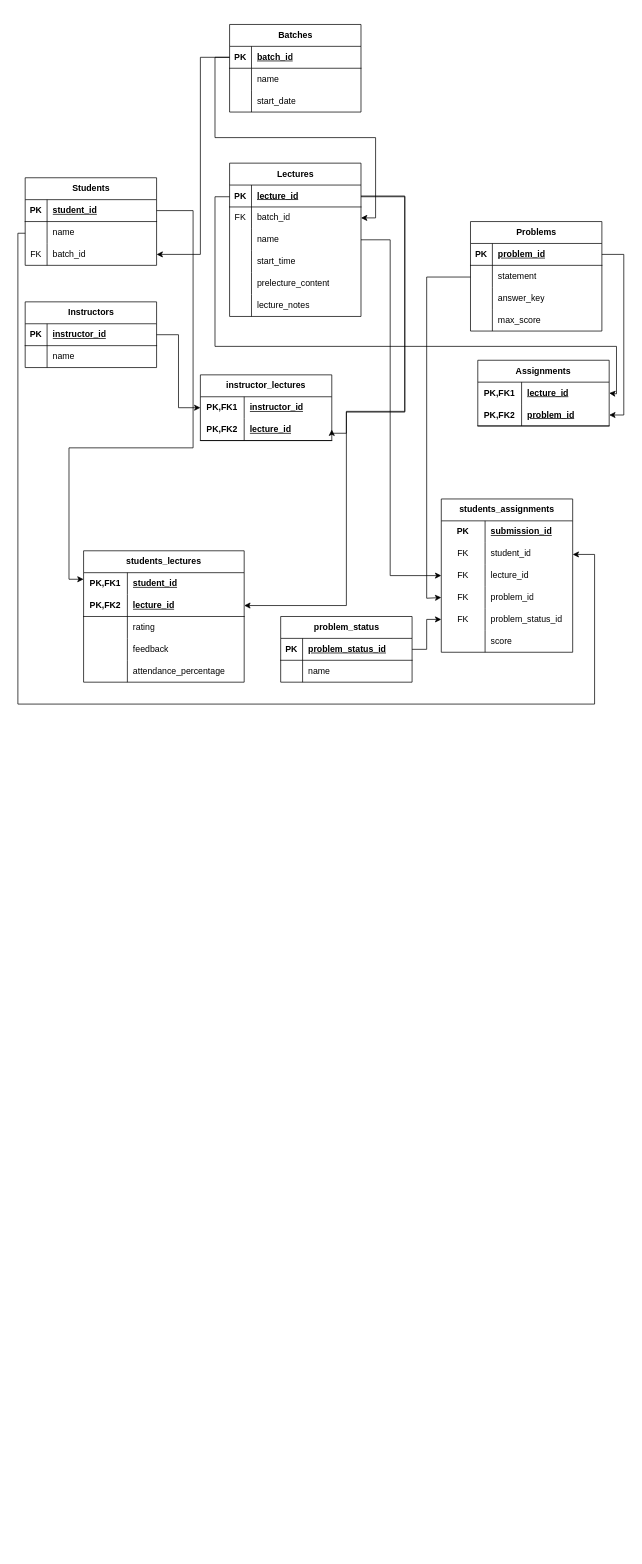
Above: Untitled Diagram.drawio in 14vimal2/edbie (draw.io), before the change. Source tidied: cells renumbered, new cells numbered last; positions are measured from the earlier drawing's top-left corner, leaving out a move shared by most shapes. Both pictures are drawn from the tidied source at 73%, with x=0, y=0 at pixel (18, 24).
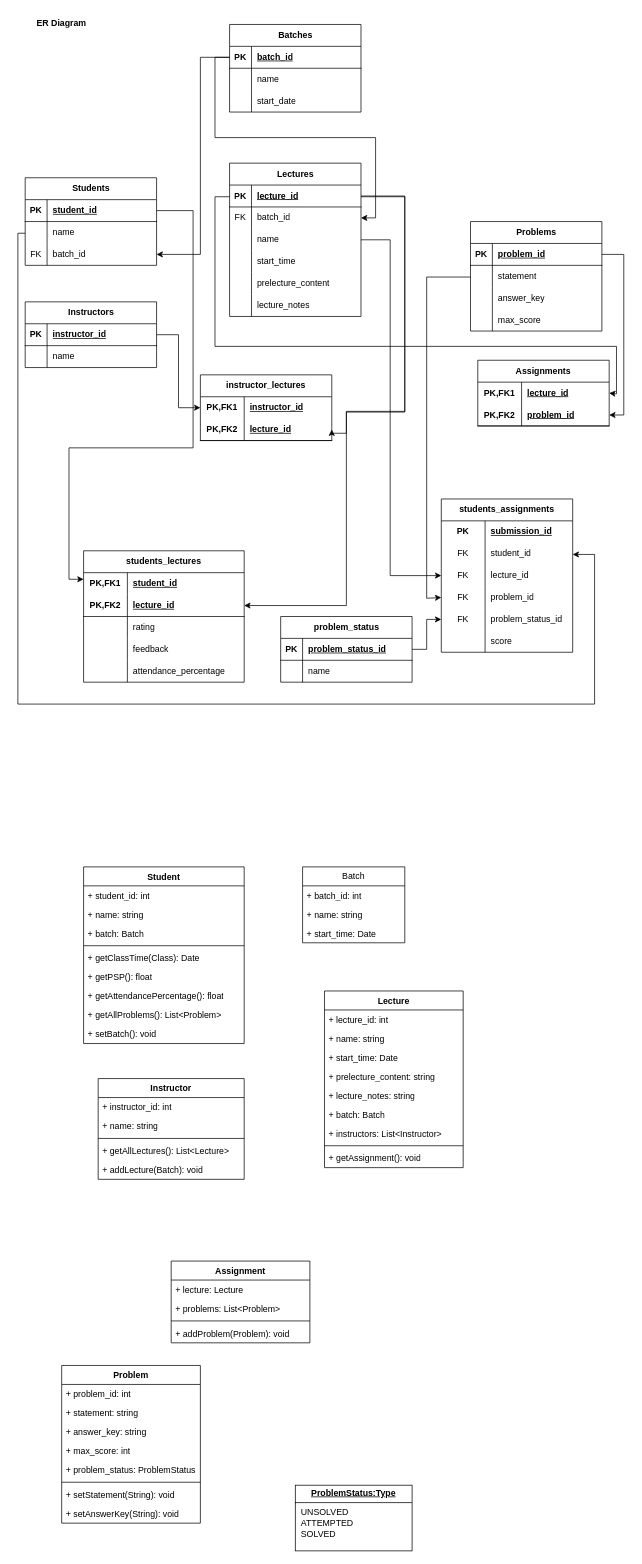
Above is the later version.

What changed in the source:
```diff
@@
+    <mxCell id="129" value="&lt;b&gt;ER Diagram&lt;/b&gt;" style="text;strokeColor=none;fillColor=none;spacingLeft=4;spacingRight=4;overflow=hidden;fontSize=12;whiteSpace=wrap;html=1;" parent="1" vertex="1">
+      <mxGeometry x="20" y="-16" width="120" height="30" as="geometry" />
+    </mxCell>
+    <mxCell id="130" value="Batch" style="swimlane;fontStyle=0;horizontal=1;startSize=26;fillColor=none;whiteSpace=wrap;html=1;" parent="1" vertex="1">
+      <mxGeometry x="390" y="1154" width="140" height="104" as="geometry" />
+    </mxCell>
+    <mxCell id="131" value="+ batch_id: int" style="text;strokeColor=none;fillColor=none;align=left;verticalAlign=top;spacingLeft=4;spacingRight=4;overflow=hidden;whiteSpace=wrap;html=1;" parent="130" vertex="1">
+      <mxGeometry y="26" width="140" height="26" as="geometry" />
+    </mxCell>
+    <mxCell id="132" value="+ name: string" style="text;strokeColor=none;fillColor=none;align=left;verticalAlign=top;spacingLeft=4;spacingRight=4;overflow=hidden;whiteSpace=wrap;html=1;" parent="130" vertex="1">
+      <mxGeometry y="52" width="140" height="26" as="geometry" />
+    </mxCell>
+    <mxCell id="133" value="+ start_time: Date" style="text;strokeColor=none;fillColor=none;align=left;verticalAlign=top;spacingLeft=4;spacingRight=4;overflow=hidden;whiteSpace=wrap;html=1;" parent="130" vertex="1">
+      <mxGeometry y="78" width="140" height="26" as="geometry" />
+    </mxCell>
+    <mxCell id="134" value="Student" style="swimlane;fontStyle=1;align=center;verticalAlign=top;horizontal=1;startSize=26;whiteSpace=wrap;html=1;" parent="1" vertex="1">
+      <mxGeometry x="90" y="1154" width="220" height="242" as="geometry" />
+    </mxCell>
+    <mxCell id="135" value="+ student_id: int" style="text;strokeColor=none;fillColor=none;align=left;verticalAlign=top;spacingLeft=4;spacingRight=4;overflow=hidden;whiteSpace=wrap;html=1;" parent="134" vertex="1">
+      <mxGeometry y="26" width="220" height="26" as="geometry" />
+    </mxCell>
+    <mxCell id="136" value="+ name: string" style="text;strokeColor=none;fillColor=none;align=left;verticalAlign=top;spacingLeft=4;spacingRight=4;overflow=hidden;whiteSpace=wrap;html=1;" parent="134" vertex="1">
+      <mxGeometry y="52" width="220" height="26" as="geometry" />
+    </mxCell>
+    <mxCell id="137" value="+ batch: Batch" style="text;strokeColor=none;fillColor=none;align=left;verticalAlign=top;spacingLeft=4;spacingRight=4;overflow=hidden;whiteSpace=wrap;html=1;" parent="134" vertex="1">
+      <mxGeometry y="78" width="220" height="26" as="geometry" />
+    </mxCell>
+    <mxCell id="138" style="line;strokeWidth=1;fillColor=none;align=left;verticalAlign=middle;spacingTop=-1;spacingLeft=3;spacingRight=3;labelPosition=right;strokeColor=inherit;" parent="134" vertex="1">
+      <mxGeometry y="104" width="220" height="8" as="geometry" />
+    </mxCell>
+    <mxCell id="139" value="+ getClassTime(Class): Date" style="text;strokeColor=none;fillColor=none;align=left;verticalAlign=top;spacingLeft=4;spacingRight=4;overflow=hidden;whiteSpace=wrap;html=1;" parent="134" vertex="1">
+      <mxGeometry y="112" width="220" height="26" as="geometry" />
+    </mxCell>
+    <mxCell id="140" value="+ getPSP(): float" style="text;strokeColor=none;fillColor=none;align=left;verticalAlign=top;spacingLeft=4;spacingRight=4;overflow=hidden;whiteSpace=wrap;html=1;" parent="134" vertex="1">
+      <mxGeometry y="138" width="220" height="26" as="geometry" />
+    </mxCell>
+    <mxCell id="141" value="+ getAttendancePercentage(): float" style="text;strokeColor=none;fillColor=none;align=left;verticalAlign=top;spacingLeft=4;spacingRight=4;overflow=hidden;whiteSpace=wrap;html=1;" parent="134" vertex="1">
+      <mxGeometry y="164" width="220" height="26" as="geometry" />
+    </mxCell>
+    <mxCell id="142" value="+ getAllProblems(): List&amp;lt;Problem&amp;gt;" style="text;strokeColor=none;fillColor=none;align=left;verticalAlign=top;spacingLeft=4;spacingRight=4;overflow=hidden;whiteSpace=wrap;html=1;" parent="134" vertex="1">
+      <mxGeometry y="190" width="220" height="26" as="geometry" />
+    </mxCell>
+    <mxCell id="143" value="+ setBatch(): void" style="text;strokeColor=none;fillColor=none;align=left;verticalAlign=top;spacingLeft=4;spacingRight=4;overflow=hidden;whiteSpace=wrap;html=1;" parent="134" vertex="1">
+      <mxGeometry y="216" width="220" height="26" as="geometry" />
+    </mxCell>
+    <mxCell id="144" value="Lecture" style="swimlane;fontStyle=1;align=center;verticalAlign=top;horizontal=1;startSize=26;whiteSpace=wrap;html=1;" parent="1" vertex="1">
+      <mxGeometry x="420" y="1324" width="190" height="242" as="geometry" />
+    </mxCell>
+    <mxCell id="145" value="+ lecture_id: int" style="text;strokeColor=none;fillColor=none;align=left;verticalAlign=top;spacingLeft=4;spacingRight=4;overflow=hidden;whiteSpace=wrap;html=1;" parent="144" vertex="1">
+      <mxGeometry y="26" width="190" height="26" as="geometry" />
+    </mxCell>
+    <mxCell id="146" value="+ name: string" style="text;strokeColor=none;fillColor=none;align=left;verticalAlign=top;spacingLeft=4;spacingRight=4;overflow=hidden;whiteSpace=wrap;html=1;" parent="144" vertex="1">
+      <mxGeometry y="52" width="190" height="26" as="geometry" />
+    </mxCell>
+    <mxCell id="147" value="+ start_time: Date" style="text;strokeColor=none;fillColor=none;align=left;verticalAlign=top;spacingLeft=4;spacingRight=4;overflow=hidden;whiteSpace=wrap;html=1;" parent="144" vertex="1">
+      <mxGeometry y="78" width="190" height="26" as="geometry" />
+    </mxCell>
+    <mxCell id="148" value="+ prelecture_content: string" style="text;strokeColor=none;fillColor=none;align=left;verticalAlign=top;spacingLeft=4;spacingRight=4;overflow=hidden;whiteSpace=wrap;html=1;" parent="144" vertex="1">
+      <mxGeometry y="104" width="190" height="26" as="geometry" />
+    </mxCell>
+    <mxCell id="149" value="+ lecture_notes: string" style="text;strokeColor=none;fillColor=none;align=left;verticalAlign=top;spacingLeft=4;spacingRight=4;overflow=hidden;whiteSpace=wrap;html=1;" parent="144" vertex="1">
+      <mxGeometry y="130" width="190" height="26" as="geometry" />
+    </mxCell>
+    <mxCell id="150" value="+ batch: Batch" style="text;strokeColor=none;fillColor=none;align=left;verticalAlign=top;spacingLeft=4;spacingRight=4;overflow=hidden;whiteSpace=wrap;html=1;" parent="144" vertex="1">
+      <mxGeometry y="156" width="190" height="26" as="geometry" />
+    </mxCell>
+    <mxCell id="151" value="+ instructors: List&amp;lt;Instructor&amp;gt;" style="text;strokeColor=none;fillColor=none;align=left;verticalAlign=top;spacingLeft=4;spacingRight=4;overflow=hidden;whiteSpace=wrap;html=1;" parent="144" vertex="1">
+      <mxGeometry y="182" width="190" height="26" as="geometry" />
+    </mxCell>
+    <mxCell id="152" style="line;strokeWidth=1;fillColor=none;align=left;verticalAlign=middle;spacingTop=-1;spacingLeft=3;spacingRight=3;labelPosition=right;strokeColor=inherit;" parent="144" vertex="1">
+      <mxGeometry y="208" width="190" height="8" as="geometry" />
+    </mxCell>
+    <mxCell id="153" value="+ getAssignment(): void" style="text;strokeColor=none;fillColor=none;align=left;verticalAlign=top;spacingLeft=4;spacingRight=4;overflow=hidden;whiteSpace=wrap;html=1;" parent="144" vertex="1">
+      <mxGeometry y="216" width="190" height="26" as="geometry" />
+    </mxCell>
+    <mxCell id="154" value="Assignment" style="swimlane;fontStyle=1;align=center;verticalAlign=top;horizontal=1;startSize=26;whiteSpace=wrap;html=1;" parent="1" vertex="1">
+      <mxGeometry x="210" y="1694" width="190" height="112" as="geometry" />
+    </mxCell>
+    <mxCell id="155" value="+ lecture: Lecture" style="text;strokeColor=none;fillColor=none;align=left;verticalAlign=top;spacingLeft=4;spacingRight=4;overflow=hidden;whiteSpace=wrap;html=1;" parent="154" vertex="1">
+      <mxGeometry y="26" width="190" height="26" as="geometry" />
+    </mxCell>
+    <mxCell id="156" value="+ problems: List&amp;lt;Problem&amp;gt;" style="text;strokeColor=none;fillColor=none;align=left;verticalAlign=top;spacingLeft=4;spacingRight=4;overflow=hidden;whiteSpace=wrap;html=1;" parent="154" vertex="1">
+      <mxGeometry y="52" width="190" height="26" as="geometry" />
+    </mxCell>
+    <mxCell id="157" style="line;strokeWidth=1;fillColor=none;align=left;verticalAlign=middle;spacingTop=-1;spacingLeft=3;spacingRight=3;labelPosition=right;strokeColor=inherit;" parent="154" vertex="1">
+      <mxGeometry y="78" width="190" height="8" as="geometry" />
+    </mxCell>
+    <mxCell id="158" value="+ addProblem(Problem): void" style="text;strokeColor=none;fillColor=none;align=left;verticalAlign=top;spacingLeft=4;spacingRight=4;overflow=hidden;whiteSpace=wrap;html=1;" parent="154" vertex="1">
+      <mxGeometry y="86" width="190" height="26" as="geometry" />
+    </mxCell>
+    <mxCell id="159" value="Instructor" style="swimlane;fontStyle=1;align=center;verticalAlign=top;horizontal=1;startSize=26;whiteSpace=wrap;html=1;" parent="1" vertex="1">
+      <mxGeometry x="110" y="1444" width="200" height="138" as="geometry" />
+    </mxCell>
+    <mxCell id="160" value="+ instructor_id: int" style="text;strokeColor=none;fillColor=none;align=left;verticalAlign=top;spacingLeft=4;spacingRight=4;overflow=hidden;whiteSpace=wrap;html=1;" parent="159" vertex="1">
+      <mxGeometry y="26" width="200" height="26" as="geometry" />
+    </mxCell>
+    <mxCell id="161" value="+ name: string" style="text;strokeColor=none;fillColor=none;align=left;verticalAlign=top;spacingLeft=4;spacingRight=4;overflow=hidden;whiteSpace=wrap;html=1;" parent="159" vertex="1">
+      <mxGeometry y="52" width="200" height="26" as="geometry" />
+    </mxCell>
+    <mxCell id="162" style="line;strokeWidth=1;fillColor=none;align=left;verticalAlign=middle;spacingTop=-1;spacingLeft=3;spacingRight=3;labelPosition=right;strokeColor=inherit;" parent="159" vertex="1">
+      <mxGeometry y="78" width="200" height="8" as="geometry" />
+    </mxCell>
+    <mxCell id="163" value="+ getAllLectures(): List&amp;lt;Lecture&amp;gt;" style="text;strokeColor=none;fillColor=none;align=left;verticalAlign=top;spacingLeft=4;spacingRight=4;overflow=hidden;whiteSpace=wrap;html=1;" parent="159" vertex="1">
+      <mxGeometry y="86" width="200" height="26" as="geometry" />
+    </mxCell>
+    <mxCell id="164" value="+ addLecture(Batch): void" style="text;strokeColor=none;fillColor=none;align=left;verticalAlign=top;spacingLeft=4;spacingRight=4;overflow=hidden;whiteSpace=wrap;html=1;" parent="159" vertex="1">
+      <mxGeometry y="112" width="200" height="26" as="geometry" />
+    </mxCell>
+    <mxCell id="165" value="Problem" style="swimlane;fontStyle=1;align=center;verticalAlign=top;horizontal=1;startSize=26;whiteSpace=wrap;html=1;" parent="1" vertex="1">
+      <mxGeometry x="60" y="1837" width="190" height="216" as="geometry" />
+    </mxCell>
+    <mxCell id="166" value="+ problem_id: int" style="text;strokeColor=none;fillColor=none;align=left;verticalAlign=top;spacingLeft=4;spacingRight=4;overflow=hidden;whiteSpace=wrap;html=1;" parent="165" vertex="1">
+      <mxGeometry y="26" width="190" height="26" as="geometry" />
+    </mxCell>
+    <mxCell id="167" value="+ statement: string" style="text;strokeColor=none;fillColor=none;align=left;verticalAlign=top;spacingLeft=4;spacingRight=4;overflow=hidden;whiteSpace=wrap;html=1;" parent="165" vertex="1">
+      <mxGeometry y="52" width="190" height="26" as="geometry" />
+    </mxCell>
+    <mxCell id="168" value="+ answer_key: string" style="text;strokeColor=none;fillColor=none;align=left;verticalAlign=top;spacingLeft=4;spacingRight=4;overflow=hidden;whiteSpace=wrap;html=1;" parent="165" vertex="1">
+      <mxGeometry y="78" width="190" height="26" as="geometry" />
+    </mxCell>
+    <mxCell id="169" value="+ max_score: int" style="text;strokeColor=none;fillColor=none;align=left;verticalAlign=top;spacingLeft=4;spacingRight=4;overflow=hidden;whiteSpace=wrap;html=1;" parent="165" vertex="1">
+      <mxGeometry y="104" width="190" height="26" as="geometry" />
+    </mxCell>
+    <mxCell id="170" value="+ problem_status: ProblemStatus" style="text;strokeColor=none;fillColor=none;align=left;verticalAlign=top;spacingLeft=4;spacingRight=4;overflow=hidden;whiteSpace=wrap;html=1;" parent="165" vertex="1">
+      <mxGeometry y="130" width="190" height="26" as="geometry" />
+    </mxCell>
+    <mxCell id="171" style="line;strokeWidth=1;fillColor=none;align=left;verticalAlign=middle;spacingTop=-1;spacingLeft=3;spacingRight=3;labelPosition=right;strokeColor=inherit;" parent="165" vertex="1">
+      <mxGeometry y="156" width="190" height="8" as="geometry" />
+    </mxCell>
+    <mxCell id="172" value="+ setStatement(String): void" style="text;strokeColor=none;fillColor=none;align=left;verticalAlign=top;spacingLeft=4;spacingRight=4;overflow=hidden;whiteSpace=wrap;html=1;" parent="165" vertex="1">
+      <mxGeometry y="164" width="190" height="26" as="geometry" />
+    </mxCell>
+    <mxCell id="173" value="+ setAnswerKey(String): void" style="text;strokeColor=none;fillColor=none;align=left;verticalAlign=top;spacingLeft=4;spacingRight=4;overflow=hidden;whiteSpace=wrap;html=1;" parent="165" vertex="1">
+      <mxGeometry y="190" width="190" height="26" as="geometry" />
+    </mxCell>
+    <mxCell id="174" value="&lt;p style=&quot;margin:0px;margin-top:4px;text-align:center;text-decoration:underline;&quot;&gt;&lt;b&gt;ProblemStatus:Type&lt;/b&gt;&lt;/p&gt;&lt;hr size=&quot;1&quot; style=&quot;border-style:solid;&quot;&gt;&lt;p style=&quot;margin:0px;margin-left:8px;&quot;&gt;UNSOLVED&lt;br&gt;ATTEMPTED&lt;br&gt;SOLVED&lt;br&gt;&lt;/p&gt;" style="verticalAlign=top;align=left;overflow=fill;html=1;whiteSpace=wrap;" parent="1" vertex="1">
+      <mxGeometry x="380" y="2001" width="160" height="90" as="geometry" />
+    </mxCell>
```
